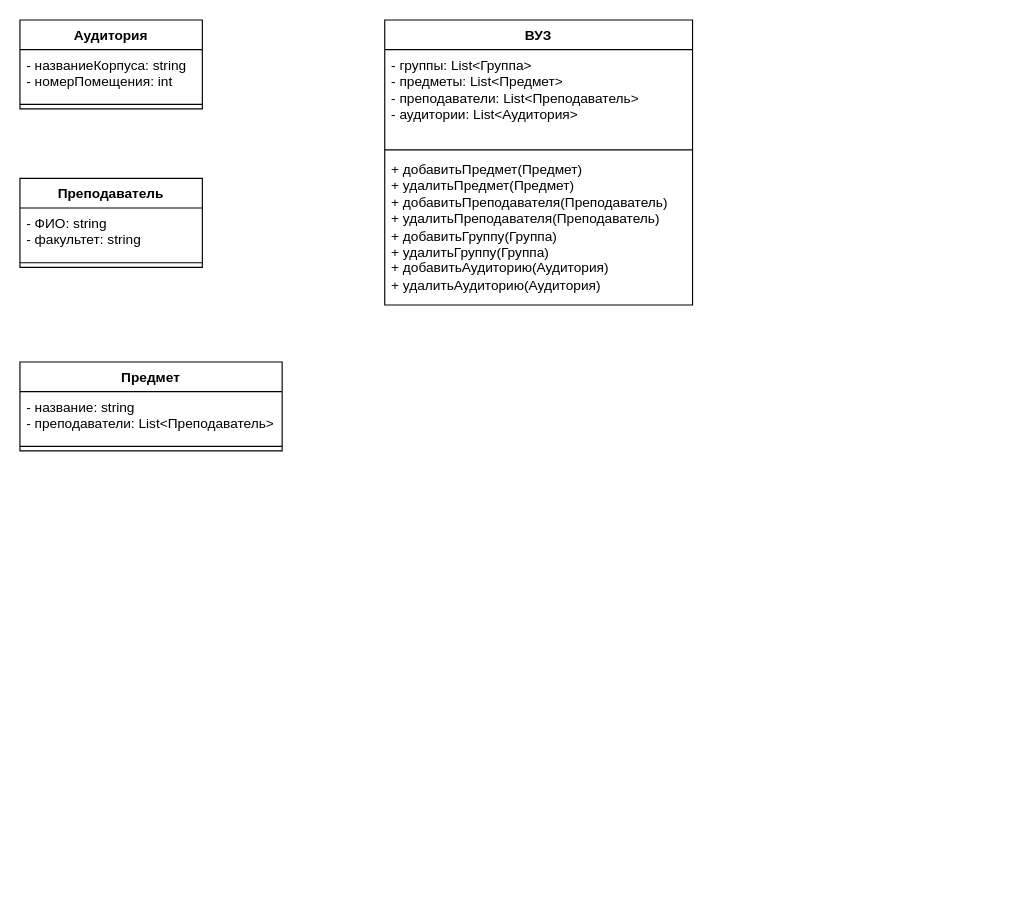
This is Пятая практика.drawio from sergkhr/VUZsystemModeling, a draw.io file, before an edit. Source tidied: cells renumbered, new cells numbered last; positions are measured from the earlier drawing's top-left corner, leaving out a move shared by most shapes. Both pictures are drawn from the tidied source at 114%, with x=0, y=0 at pixel (19, 19).
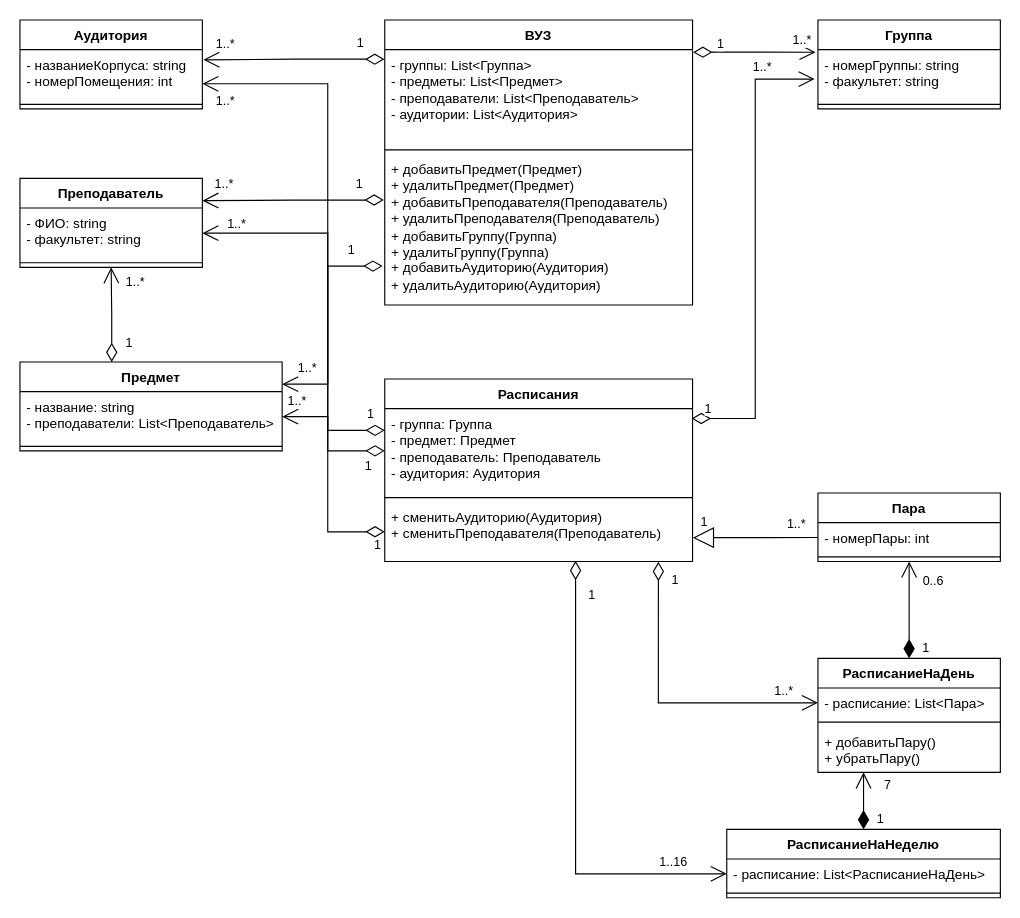
The same diagram, later.

The change refers to these unchanged cells:
```xml
<mxCell id="3" value="- группы: List&amp;lt;Группа&amp;gt;&lt;br&gt;- предметы: List&amp;lt;Предмет&amp;gt;&lt;br&gt;- преподаватели: List&amp;lt;Преподаватель&amp;gt;&lt;br&gt;- аудитории: List&amp;lt;Аудитория&amp;gt;" style="text;strokeColor=none;fillColor=none;align=left;verticalAlign=top;spacingLeft=4;spacingRight=4;overflow=hidden;points=[[0,0.5],[1,0.5]];portConstraint=eastwest;whiteSpace=wrap;html=1;" parent="2" vertex="1">
  <mxGeometry y="26" width="270" height="84" as="geometry" />
</mxCell>
<mxCell id="5" value="+ добавитьПредмет(Предмет)&lt;br&gt;+ удалитьПредмет(Предмет)&lt;br&gt;+ добавитьПреподавателя(Преподаватель)&lt;br&gt;+ удалитьПреподавателя(Преподаватель)&lt;br&gt;+ добавитьГруппу(Группа)&lt;br&gt;+ удалитьГруппу(Группа)&lt;br&gt;+ добавитьАудиторию(Аудитория)&lt;br&gt;+ удалитьАудиторию(Аудитория)" style="text;strokeColor=none;fillColor=none;align=left;verticalAlign=top;spacingLeft=4;spacingRight=4;overflow=hidden;points=[[0,0.5],[1,0.5]];portConstraint=eastwest;whiteSpace=wrap;html=1;" parent="2" vertex="1">
  <mxGeometry y="118" width="270" height="132" as="geometry" />
</mxCell>
<mxCell id="7" value="- названиеКорпуса: string&lt;br&gt;- номерПомещения: int" style="text;strokeColor=none;fillColor=none;align=left;verticalAlign=top;spacingLeft=4;spacingRight=4;overflow=hidden;points=[[0,0.5],[1,0.5]];portConstraint=eastwest;whiteSpace=wrap;html=1;" parent="6" vertex="1">
  <mxGeometry y="26" width="160" height="44" as="geometry" />
</mxCell>
<mxCell id="9" value="Преподаватель" style="swimlane;fontStyle=1;align=center;verticalAlign=top;horizontal=1;startSize=26;whiteSpace=wrap;html=1;" parent="1" vertex="1">
  <mxGeometry y="139" width="160" height="78" as="geometry" />
</mxCell>
<mxCell id="10" value="- ФИО: string&lt;br&gt;- факультет: string" style="text;strokeColor=none;fillColor=none;align=left;verticalAlign=top;spacingLeft=4;spacingRight=4;overflow=hidden;points=[[0,0.5],[1,0.5]];portConstraint=eastwest;whiteSpace=wrap;html=1;" parent="9" vertex="1">
  <mxGeometry y="26" width="160" height="44" as="geometry" />
</mxCell>
<mxCell id="12" value="Предмет" style="swimlane;fontStyle=1;align=center;verticalAlign=top;horizontal=1;startSize=26;whiteSpace=wrap;html=1;" parent="1" vertex="1">
  <mxGeometry y="300" width="230" height="78" as="geometry" />
</mxCell>
<mxCell id="13" value="- название: string&lt;br&gt;- преподаватели: List&amp;lt;Преподаватель&amp;gt;" style="text;strokeColor=none;fillColor=none;align=left;verticalAlign=top;spacingLeft=4;spacingRight=4;overflow=hidden;points=[[0,0.5],[1,0.5]];portConstraint=eastwest;whiteSpace=wrap;html=1;" parent="12" vertex="1">
  <mxGeometry y="26" width="230" height="44" as="geometry" />
</mxCell>
```

Diff of the diagram source:
```diff
@@
+    <mxCell id="15" value="1" style="endArrow=open;html=1;endSize=12;startArrow=diamondThin;startSize=14;startFill=0;edgeStyle=orthogonalEdgeStyle;align=left;verticalAlign=bottom;rounded=0;entryX=0.5;entryY=1;entryDx=0;entryDy=0;exitX=0.35;exitY=0.001;exitDx=0;exitDy=0;exitPerimeter=0;" parent="1" edge="1" source="12" target="9">
+      <mxGeometry x="-0.8" y="-10" relative="1" as="geometry" />
+    </mxCell>
+    <mxCell id="16" value="1..*" style="edgeLabel;html=1;align=center;verticalAlign=middle;" parent="15" vertex="1">
+      <mxGeometry x="0.76" y="-5" relative="1" as="geometry">
+        <mxPoint x="15" y="3" as="offset" />
+      </mxGeometry>
+    </mxCell>
+    <mxCell id="17" value="Группа" style="swimlane;fontStyle=1;align=center;verticalAlign=top;horizontal=1;startSize=26;whiteSpace=wrap;html=1;" parent="1" vertex="1">
+      <mxGeometry x="700" width="160" height="78" as="geometry" />
+    </mxCell>
+    <mxCell id="18" value="- номерГруппы: string&lt;br&gt;- факультет: string" style="text;strokeColor=none;fillColor=none;align=left;verticalAlign=top;spacingLeft=4;spacingRight=4;overflow=hidden;points=[[0,0.5],[1,0.5]];portConstraint=eastwest;whiteSpace=wrap;html=1;" parent="17" vertex="1">
+      <mxGeometry y="26" width="160" height="44" as="geometry" />
+    </mxCell>
+    <mxCell id="19" style="line;strokeWidth=1;fillColor=none;align=left;verticalAlign=middle;spacingTop=-1;spacingLeft=3;spacingRight=3;labelPosition=right;strokeColor=inherit;" parent="17" vertex="1">
+      <mxGeometry y="70" width="160" height="8" as="geometry" />
+    </mxCell>
+    <mxCell id="20" value="1" style="endArrow=open;html=1;endSize=12;startArrow=diamondThin;startSize=14;startFill=0;edgeStyle=orthogonalEdgeStyle;align=left;verticalAlign=bottom;rounded=0;exitX=-0.001;exitY=0.1;exitDx=0;exitDy=0;exitPerimeter=0;entryX=1.006;entryY=0.205;entryDx=0;entryDy=0;entryPerimeter=0;" parent="1" edge="1" source="3" target="7">
+      <mxGeometry x="-0.67" y="-5" relative="1" as="geometry" />
+    </mxCell>
+    <mxCell id="21" value="1..*" style="edgeLabel;html=1;align=center;verticalAlign=middle;" parent="20" vertex="1">
+      <mxGeometry x="0.77" y="-2" relative="1" as="geometry">
+        <mxPoint y="-13" as="offset" />
+      </mxGeometry>
+    </mxCell>
+    <mxCell id="22" value="1" style="endArrow=open;html=1;endSize=12;startArrow=diamondThin;startSize=14;startFill=0;edgeStyle=orthogonalEdgeStyle;align=left;verticalAlign=bottom;rounded=0;exitX=-0.003;exitY=0.303;exitDx=0;exitDy=0;exitPerimeter=0;entryX=1;entryY=0.25;entryDx=0;entryDy=0;" parent="1" edge="1" source="5" target="9">
+      <mxGeometry x="-0.67" y="-5" relative="1" as="geometry" />
+    </mxCell>
+    <mxCell id="23" value="1..*" style="edgeLabel;html=1;align=center;verticalAlign=middle;" parent="22" vertex="1">
+      <mxGeometry x="0.77" y="-2" relative="1" as="geometry">
+        <mxPoint y="-13" as="offset" />
+      </mxGeometry>
+    </mxCell>
+    <mxCell id="24" value="Расписания" style="swimlane;fontStyle=1;align=center;verticalAlign=top;horizontal=1;startSize=26;whiteSpace=wrap;html=1;" parent="1" vertex="1">
+      <mxGeometry x="320" y="315" width="270" height="160" as="geometry" />
+    </mxCell>
+    <mxCell id="25" value="- группа: Группа&lt;br&gt;- предмет: Предмет&lt;br&gt;- преподаватель: Преподаватель&lt;br&gt;- аудитория: Аудитория" style="text;strokeColor=none;fillColor=none;align=left;verticalAlign=top;spacingLeft=4;spacingRight=4;overflow=hidden;points=[[0,0.5],[1,0.5]];portConstraint=eastwest;whiteSpace=wrap;html=1;" parent="24" vertex="1">
+      <mxGeometry y="26" width="270" height="74" as="geometry" />
+    </mxCell>
+    <mxCell id="26" style="line;strokeWidth=1;fillColor=none;align=left;verticalAlign=middle;spacingTop=-1;spacingLeft=3;spacingRight=3;labelPosition=right;strokeColor=inherit;" parent="24" vertex="1">
+      <mxGeometry y="100" width="270" height="8" as="geometry" />
+    </mxCell>
+    <mxCell id="27" value="+ сменитьАудиторию(Аудитория)&lt;br&gt;+ сменитьПреподавателя(Преподаватель)" style="text;strokeColor=none;fillColor=none;align=left;verticalAlign=top;spacingLeft=4;spacingRight=4;overflow=hidden;points=[[0,0.5],[1,0.5]];portConstraint=eastwest;whiteSpace=wrap;html=1;" parent="24" vertex="1">
+      <mxGeometry y="108" width="270" height="52" as="geometry" />
+    </mxCell>
+    <mxCell id="28" value="1" style="endArrow=open;html=1;endSize=12;startArrow=diamondThin;startSize=14;startFill=0;edgeStyle=orthogonalEdgeStyle;align=left;verticalAlign=bottom;rounded=0;exitX=1.002;exitY=0.027;exitDx=0;exitDy=0;exitPerimeter=0;entryX=-0.013;entryY=0.052;entryDx=0;entryDy=0;entryPerimeter=0;" parent="1" edge="1" source="3" target="18">
+      <mxGeometry x="-0.64" y="-2" relative="1" as="geometry" />
+    </mxCell>
+    <mxCell id="29" value="1..*" style="edgeLabel;html=1;align=center;verticalAlign=middle;" parent="28" vertex="1">
+      <mxGeometry x="0.77" y="-2" relative="1" as="geometry">
+        <mxPoint y="-13" as="offset" />
+      </mxGeometry>
+    </mxCell>
+    <mxCell id="30" value="1" style="endArrow=open;html=1;endSize=12;startArrow=diamondThin;startSize=14;startFill=0;edgeStyle=orthogonalEdgeStyle;align=left;verticalAlign=bottom;rounded=0;exitX=0.997;exitY=0.116;exitDx=0;exitDy=0;exitPerimeter=0;entryX=-0.018;entryY=0.588;entryDx=0;entryDy=0;entryPerimeter=0;" parent="1" edge="1" source="25" target="18">
+      <mxGeometry x="-0.95" relative="1" as="geometry" />
+    </mxCell>
+    <mxCell id="31" value="1..*" style="edgeLabel;html=1;align=center;verticalAlign=middle;" parent="30" vertex="1">
+      <mxGeometry x="0.77" y="-2" relative="1" as="geometry">
+        <mxPoint y="-13" as="offset" />
+      </mxGeometry>
+    </mxCell>
+    <mxCell id="32" value="1" style="endArrow=open;html=1;endSize=12;startArrow=diamondThin;startSize=14;startFill=0;edgeStyle=orthogonalEdgeStyle;align=left;verticalAlign=bottom;rounded=0;exitX=-0.007;exitY=0.742;exitDx=0;exitDy=0;exitPerimeter=0;entryX=1;entryY=0.25;entryDx=0;entryDy=0;" parent="1" edge="1" source="5" target="12">
+      <mxGeometry x="-0.67" y="-5" relative="1" as="geometry">
+        <Array as="points">
+          <mxPoint x="270" y="216" />
+          <mxPoint x="270" y="320" />
+        </Array>
+      </mxGeometry>
+    </mxCell>
+    <mxCell id="33" value="1..*" style="edgeLabel;html=1;align=center;verticalAlign=middle;" parent="32" vertex="1">
+      <mxGeometry x="0.77" y="-2" relative="1" as="geometry">
+        <mxPoint y="-13" as="offset" />
+      </mxGeometry>
+    </mxCell>
+    <mxCell id="34" value="1" style="endArrow=open;html=1;endSize=12;startArrow=diamondThin;startSize=14;startFill=0;edgeStyle=orthogonalEdgeStyle;align=left;verticalAlign=bottom;rounded=0;exitX=0;exitY=0.257;exitDx=0;exitDy=0;exitPerimeter=0;entryX=1;entryY=0.5;entryDx=0;entryDy=0;" parent="1" edge="1" source="25" target="13">
+      <mxGeometry x="-0.67" y="-5" relative="1" as="geometry">
+        <Array as="points">
+          <mxPoint x="270" y="360" />
+          <mxPoint x="270" y="348" />
+        </Array>
+      </mxGeometry>
+    </mxCell>
+    <mxCell id="35" value="1..*" style="edgeLabel;html=1;align=center;verticalAlign=middle;" parent="34" vertex="1">
+      <mxGeometry x="0.77" y="-2" relative="1" as="geometry">
+        <mxPoint y="-13" as="offset" />
+      </mxGeometry>
+    </mxCell>
+    <mxCell id="36" value="1" style="endArrow=open;html=1;endSize=12;startArrow=diamondThin;startSize=14;startFill=0;edgeStyle=orthogonalEdgeStyle;align=left;verticalAlign=bottom;rounded=0;exitX=0;exitY=0.5;exitDx=0;exitDy=0;" parent="1" edge="1" source="25" target="10">
+      <mxGeometry x="-0.89" y="22" relative="1" as="geometry">
+        <Array as="points">
+          <mxPoint x="270" y="378" />
+          <mxPoint x="270" y="187" />
+        </Array>
+      </mxGeometry>
+    </mxCell>
+    <mxCell id="37" value="1..*" style="edgeLabel;html=1;align=center;verticalAlign=middle;" parent="36" vertex="1">
+      <mxGeometry x="0.77" y="-2" relative="1" as="geometry">
+        <mxPoint x="-11" y="-7" as="offset" />
+      </mxGeometry>
+    </mxCell>
+    <mxCell id="38" value="1" style="endArrow=open;html=1;endSize=12;startArrow=diamondThin;startSize=14;startFill=0;edgeStyle=orthogonalEdgeStyle;align=left;verticalAlign=bottom;rounded=0;exitX=0;exitY=0.5;exitDx=0;exitDy=0;entryX=1;entryY=0.682;entryDx=0;entryDy=0;entryPerimeter=0;" parent="1" edge="1" source="27" target="7">
+      <mxGeometry x="-0.96" y="21" relative="1" as="geometry">
+        <Array as="points">
+          <mxPoint x="270" y="449" />
+          <mxPoint x="270" y="56" />
+        </Array>
+      </mxGeometry>
+    </mxCell>
+    <mxCell id="39" value="1..*" style="edgeLabel;html=1;align=center;verticalAlign=middle;" parent="38" vertex="1">
+      <mxGeometry x="0.77" y="-2" relative="1" as="geometry">
+        <mxPoint x="-44" y="16" as="offset" />
+      </mxGeometry>
+    </mxCell>
+    <mxCell id="40" value="Пара" style="swimlane;fontStyle=1;align=center;verticalAlign=top;horizontal=1;startSize=26;whiteSpace=wrap;html=1;" parent="1" vertex="1">
+      <mxGeometry x="700" y="415" width="160" height="60" as="geometry" />
+    </mxCell>
+    <mxCell id="41" value="- номерПары: int" style="text;strokeColor=none;fillColor=none;align=left;verticalAlign=top;spacingLeft=4;spacingRight=4;overflow=hidden;points=[[0,0.5],[1,0.5]];portConstraint=eastwest;whiteSpace=wrap;html=1;" parent="40" vertex="1">
+      <mxGeometry y="26" width="160" height="26" as="geometry" />
+    </mxCell>
+    <mxCell id="42" style="line;strokeWidth=1;fillColor=none;align=left;verticalAlign=middle;spacingTop=-1;spacingLeft=3;spacingRight=3;labelPosition=right;strokeColor=inherit;" parent="40" vertex="1">
+      <mxGeometry y="52" width="160" height="8" as="geometry" />
+    </mxCell>
+    <mxCell id="43" value="РасписаниеНаДень" style="swimlane;fontStyle=1;align=center;verticalAlign=top;horizontal=1;startSize=26;whiteSpace=wrap;html=1;" parent="1" vertex="1">
+      <mxGeometry x="700" y="560" width="160" height="100" as="geometry" />
+    </mxCell>
+    <mxCell id="44" value="- расписание: List&amp;lt;Пара&amp;gt;" style="text;strokeColor=none;fillColor=none;align=left;verticalAlign=top;spacingLeft=4;spacingRight=4;overflow=hidden;points=[[0,0.5],[1,0.5]];portConstraint=eastwest;whiteSpace=wrap;html=1;" parent="43" vertex="1">
+      <mxGeometry y="26" width="160" height="26" as="geometry" />
+    </mxCell>
+    <mxCell id="45" style="line;strokeWidth=1;fillColor=none;align=left;verticalAlign=middle;spacingTop=-1;spacingLeft=3;spacingRight=3;labelPosition=right;strokeColor=inherit;" parent="43" vertex="1">
+      <mxGeometry y="52" width="160" height="8" as="geometry" />
+    </mxCell>
+    <mxCell id="46" value="+ добавитьПару()&lt;br&gt;+ убратьПару()" style="text;strokeColor=none;fillColor=none;align=left;verticalAlign=top;spacingLeft=4;spacingRight=4;overflow=hidden;points=[[0,0.5],[1,0.5]];portConstraint=eastwest;whiteSpace=wrap;html=1;" parent="43" vertex="1">
+      <mxGeometry y="60" width="160" height="40" as="geometry" />
+    </mxCell>
+    <mxCell id="47" value="РасписаниеНаНеделю" style="swimlane;fontStyle=1;align=center;verticalAlign=top;horizontal=1;startSize=26;whiteSpace=wrap;html=1;" parent="1" vertex="1">
+      <mxGeometry x="620" y="710" width="240" height="60" as="geometry" />
+    </mxCell>
+    <mxCell id="48" value="- расписание: List&amp;lt;РасписаниеНаДень&amp;gt;" style="text;strokeColor=none;fillColor=none;align=left;verticalAlign=top;spacingLeft=4;spacingRight=4;overflow=hidden;points=[[0,0.5],[1,0.5]];portConstraint=eastwest;whiteSpace=wrap;html=1;" parent="47" vertex="1">
+      <mxGeometry y="26" width="240" height="26" as="geometry" />
+    </mxCell>
+    <mxCell id="49" style="line;strokeWidth=1;fillColor=none;align=left;verticalAlign=middle;spacingTop=-1;spacingLeft=3;spacingRight=3;labelPosition=right;strokeColor=inherit;" parent="47" vertex="1">
+      <mxGeometry y="52" width="240" height="8" as="geometry" />
+    </mxCell>
+    <mxCell id="50" value="1" style="endArrow=open;html=1;endSize=12;startArrow=diamondThin;startSize=14;startFill=0;edgeStyle=orthogonalEdgeStyle;align=left;verticalAlign=bottom;rounded=0;exitX=0.889;exitY=1.006;exitDx=0;exitDy=0;exitPerimeter=0;entryX=0;entryY=0.5;entryDx=0;entryDy=0;" parent="1" edge="1" source="27" target="44">
+      <mxGeometry x="-0.81" y="10" relative="1" as="geometry" />
+    </mxCell>
+    <mxCell id="51" value="1..*" style="edgeLabel;html=1;align=center;verticalAlign=middle;" parent="50" vertex="1">
+      <mxGeometry x="0.77" y="-2" relative="1" as="geometry">
+        <mxPoint y="-13" as="offset" />
+      </mxGeometry>
+    </mxCell>
+    <mxCell id="52" value="1" style="endArrow=open;html=1;endSize=12;startArrow=diamondThin;startSize=14;startFill=0;edgeStyle=orthogonalEdgeStyle;align=left;verticalAlign=bottom;rounded=0;exitX=0.62;exitY=0.99;exitDx=0;exitDy=0;exitPerimeter=0;entryX=0;entryY=0.5;entryDx=0;entryDy=0;" parent="1" edge="1" source="27" target="48">
+      <mxGeometry x="-0.81" y="10" relative="1" as="geometry" />
+    </mxCell>
+    <mxCell id="53" value="1..16" style="edgeLabel;html=1;align=center;verticalAlign=middle;" parent="52" vertex="1">
+      <mxGeometry x="0.77" y="-2" relative="1" as="geometry">
+        <mxPoint y="-13" as="offset" />
+      </mxGeometry>
+    </mxCell>
+    <mxCell id="54" value="1" style="endArrow=open;html=1;endSize=12;startArrow=diamondThin;startSize=14;startFill=1;edgeStyle=orthogonalEdgeStyle;align=left;verticalAlign=bottom;rounded=0;exitX=0.5;exitY=0;exitDx=0;exitDy=0;entryX=0.25;entryY=1;entryDx=0;entryDy=0;entryPerimeter=0;" parent="1" edge="1" source="47" target="46">
+      <mxGeometry x="-1" y="-10" relative="1" as="geometry" />
+    </mxCell>
+    <mxCell id="55" value="7" style="edgeLabel;html=1;align=center;verticalAlign=middle;" parent="54" vertex="1">
+      <mxGeometry x="0.67" y="-1" relative="1" as="geometry">
+        <mxPoint x="19" y="2" as="offset" />
+      </mxGeometry>
+    </mxCell>
+    <mxCell id="56" value="1" style="endArrow=open;html=1;endSize=12;startArrow=diamondThin;startSize=14;startFill=1;edgeStyle=orthogonalEdgeStyle;align=left;verticalAlign=bottom;rounded=0;exitX=0.5;exitY=0;exitDx=0;exitDy=0;entryX=0.5;entryY=1;entryDx=0;entryDy=0;" parent="1" edge="1" source="43" target="40">
+      <mxGeometry x="-1" y="-10" relative="1" as="geometry" />
+    </mxCell>
+    <mxCell id="57" value="0..6" style="edgeLabel;html=1;align=center;verticalAlign=middle;" parent="56" vertex="1">
+      <mxGeometry x="0.67" y="-1" relative="1" as="geometry">
+        <mxPoint x="19" y="2" as="offset" />
+      </mxGeometry>
+    </mxCell>
+    <mxCell id="58" value="1" style="endArrow=block;endSize=16;endFill=0;html=1;rounded=0;entryX=1.001;entryY=0.599;entryDx=0;entryDy=0;exitX=0;exitY=0.5;exitDx=0;exitDy=0;entryPerimeter=0;" parent="1" edge="1" source="41" target="27">
+      <mxGeometry x="0.82" y="-14" relative="1" as="geometry" />
+    </mxCell>
+    <mxCell id="59" value="1..*" style="edgeLabel;html=1;align=center;verticalAlign=middle;" parent="58" vertex="1">
+      <mxGeometry x="-0.81" relative="1" as="geometry">
+        <mxPoint x="-10" y="-13" as="offset" />
+      </mxGeometry>
+    </mxCell>
```
